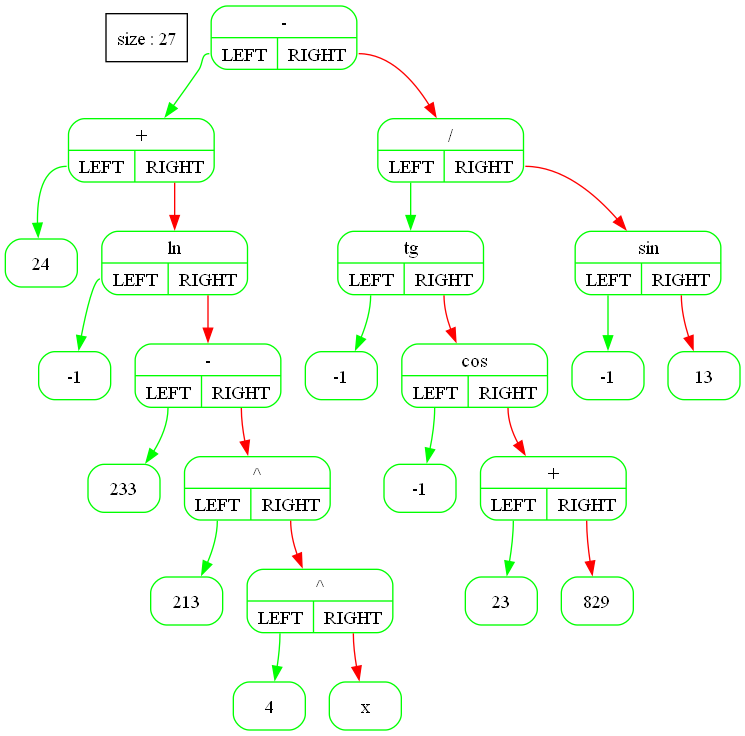
The Graphviz diagram files/Tree_graph.png in A-Elbereth-Gilthoniel/Differentiator, before a commit. Its source is kept beside it as files/Tree_graph.dot.
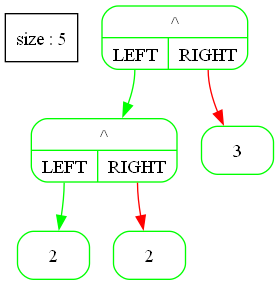
After the change.

The edit, as a diff of the source:
```diff
@@ -2,49 +2,49 @@
   tree [shape=box ; stryle=rounded ; label="size : 27"];
   edge [color=black];
   node [shape=record ; style=rounded ; color=green];
-14946544 [label="{-|{<YES>LEFT|<NO>RIGHT}}"];
-14945536 [label="{+|{<YES>LEFT|<NO>RIGHT}}"];
-14945496 [label="{24}"];
-14946016 [label="{ln|{<YES>LEFT|<NO>RIGHT}}"];
-14947104 [label="{-1}"];
-14946136 [label="{-|{<YES>LEFT|<NO>RIGHT}}"];
-14946096 [label="{233}"];
-14946216 [label="{^|{<YES>LEFT|<NO>RIGHT}}"];
-14946176 [label="{213}"];
-14946336 [label="{^|{<YES>LEFT|<NO>RIGHT}}"];
-14946296 [label="{4}"];
-14945448 [label="{x}"];
-14947064 [label="{/|{<YES>LEFT|<NO>RIGHT}}"];
-14946584 [label="{tg|{<YES>LEFT|<NO>RIGHT}}"];
-14947384 [label="{-1}"];
-14943408 [label="{cos|{<YES>LEFT|<NO>RIGHT}}"];
-14946704 [label="{-1}"];
-14946984 [label="{+|{<YES>LEFT|<NO>RIGHT}}"];
-14946944 [label="{23}"];
-14947024 [label="{829}"];
-14947144 [label="{sin|{<YES>LEFT|<NO>RIGHT}}"];
-14947624 [label="{-1}"];
-14947424 [label="{13}"];
-14946544:<YES> -> 14945536 [color=green];
-14945536:<YES> -> 14945496 [color=green];
-14945536:<NO> -> 14946016 [color=red];
-14946016:<YES> -> 14947104 [color=green];
-14946016:<NO> -> 14946136 [color=red];
-14946136:<YES> -> 14946096 [color=green];
-14946136:<NO> -> 14946216 [color=red];
-14946216:<YES> -> 14946176 [color=green];
-14946216:<NO> -> 14946336 [color=red];
-14946336:<YES> -> 14946296 [color=green];
-14946336:<NO> -> 14945448 [color=red];
-14946544:<NO> -> 14947064 [color=red];
-14947064:<YES> -> 14946584 [color=green];
-14946584:<YES> -> 14947384 [color=green];
-14946584:<NO> -> 14943408 [color=red];
-14943408:<YES> -> 14946704 [color=green];
-14943408:<NO> -> 14946984 [color=red];
-14946984:<YES> -> 14946944 [color=green];
-14946984:<NO> -> 14947024 [color=red];
-14947064:<NO> -> 14947144 [color=red];
-14947144:<YES> -> 14947624 [color=green];
-14947144:<NO> -> 14947424 [color=red];
+8589296 [label="{-|{<YES>LEFT|<NO>RIGHT}}"];
+8588728 [label="{+|{<YES>LEFT|<NO>RIGHT}}"];
+8588688 [label="{24}"];
+8588768 [label="{ln|{<YES>LEFT|<NO>RIGHT}}"];
+8589456 [label="{-1}"];
+8588888 [label="{-|{<YES>LEFT|<NO>RIGHT}}"];
+8588848 [label="{233}"];
+8588968 [label="{^|{<YES>LEFT|<NO>RIGHT}}"];
+8588928 [label="{213}"];
+8589088 [label="{^|{<YES>LEFT|<NO>RIGHT}}"];
+8589048 [label="{4}"];
+8588640 [label="{x}"];
+8589776 [label="{/|{<YES>LEFT|<NO>RIGHT}}"];
+8589336 [label="{tg|{<YES>LEFT|<NO>RIGHT}}"];
+8589536 [label="{-1}"];
+8613648 [label="{cos|{<YES>LEFT|<NO>RIGHT}}"];
+8589896 [label="{-1}"];
+8589736 [label="{+|{<YES>LEFT|<NO>RIGHT}}"];
+8590256 [label="{23}"];
+8590336 [label="{829}"];
+8589856 [label="{sin|{<YES>LEFT|<NO>RIGHT}}"];
+8589936 [label="{-1}"];
+8590296 [label="{13}"];
+8589296:<YES> -> 8588728 [color=green];
+8588728:<YES> -> 8588688 [color=green];
+8588728:<NO> -> 8588768 [color=red];
+8588768:<YES> -> 8589456 [color=green];
+8588768:<NO> -> 8588888 [color=red];
+8588888:<YES> -> 8588848 [color=green];
+8588888:<NO> -> 8588968 [color=red];
+8588968:<YES> -> 8588928 [color=green];
+8588968:<NO> -> 8589088 [color=red];
+8589088:<YES> -> 8589048 [color=green];
+8589088:<NO> -> 8588640 [color=red];
+8589296:<NO> -> 8589776 [color=red];
+8589776:<YES> -> 8589336 [color=green];
+8589336:<YES> -> 8589536 [color=green];
+8589336:<NO> -> 8613648 [color=red];
+8613648:<YES> -> 8589896 [color=green];
+8613648:<NO> -> 8589736 [color=red];
+8589736:<YES> -> 8590256 [color=green];
+8589736:<NO> -> 8590336 [color=red];
+8589776:<NO> -> 8589856 [color=red];
+8589856:<YES> -> 8589936 [color=green];
+8589856:<NO> -> 8590296 [color=red];
 }
```
